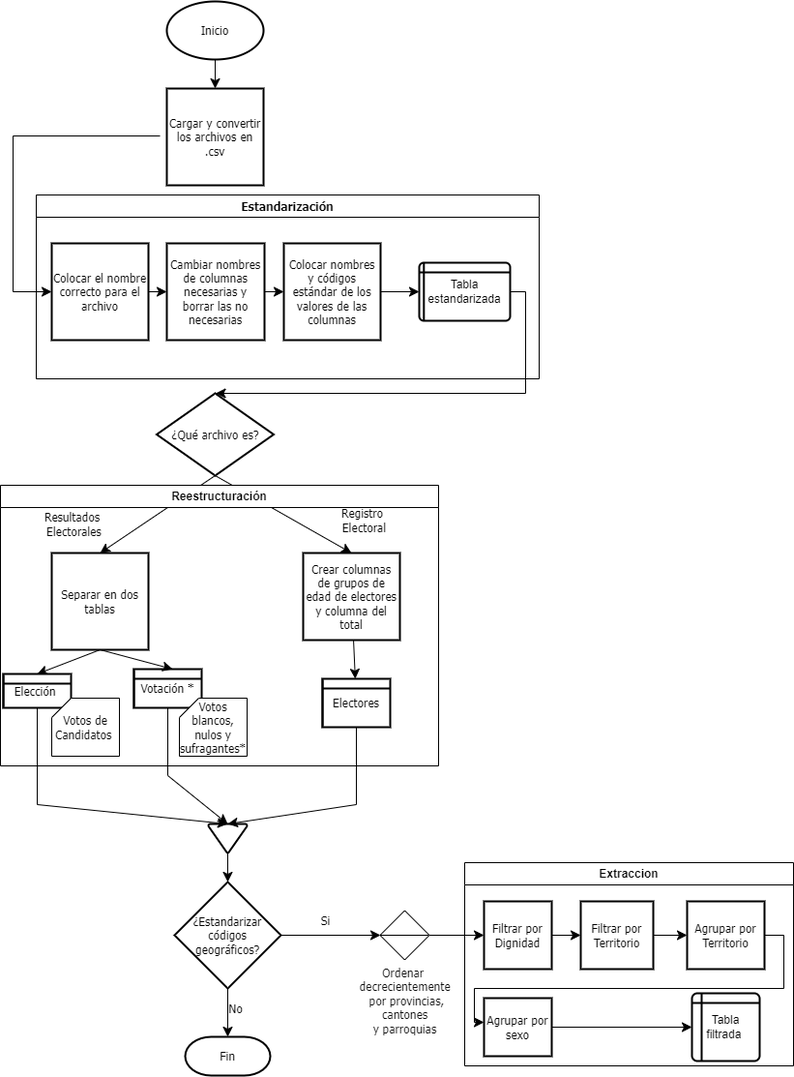
kris-aid/ELECU keeps this draw.io diagram as assests/Elecu-Flowchart.drawio.png. Above is the earlier version. Source tidied: cells renumbered, new cells last; positions are measured from the earlier drawing's top-left corner, leaving out a move shared by most shapes.
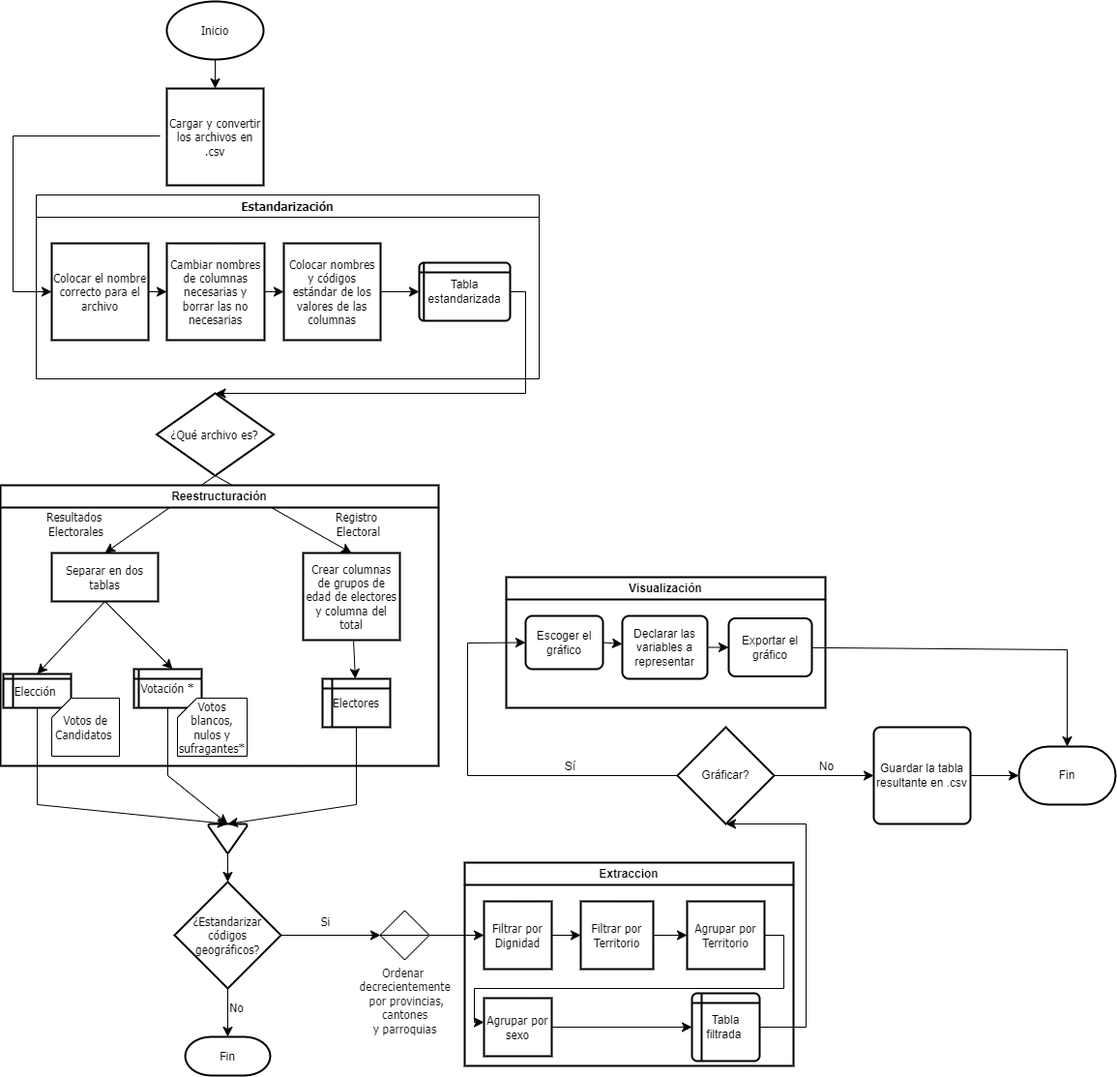
After the commit.

Change to the diagram source:
```diff
@@ -21,7 +21,7 @@
       <mxGeometry relative="1" as="geometry" />
     </mxCell>
     <mxCell id="8" value="Separar en dos tablas" style="rounded=0;whiteSpace=wrap;html=1;absoluteArcSize=1;arcSize=14;strokeWidth=2;labelBackgroundColor=none;fontFamily=Tahoma;fontSize=12;" parent="1" vertex="1">
-      <mxGeometry x="53" y="570" width="100" height="100" as="geometry" />
+      <mxGeometry x="53" y="570" width="110" height="50" as="geometry" />
     </mxCell>
     <mxCell id="9" style="edgeStyle=none;curved=1;rounded=0;jettySize=auto;html=1;fontSize=12;startSize=8;endSize=8;labelBackgroundColor=none;fontColor=default;fontFamily=Tahoma;" parent="1" edge="1" source="10" target="31">
       <mxGeometry relative="1" as="geometry" />
@@ -42,7 +42,7 @@
     </mxCell>
     <mxCell id="14" value="Registro&lt;div style=&quot;font-size: 12px;&quot;&gt;&amp;nbsp;Electoral&lt;/div&gt;" style="edgeLabel;html=1;align=center;verticalAlign=middle;fontSize=12;labelBackgroundColor=none;fontFamily=Tahoma;rounded=0;" parent="13" vertex="1">
       <mxGeometry x="0.06" y="2" relative="1" as="geometry">
-        <mxPoint x="75" y="5" as="offset" />
+        <mxPoint x="70" y="9" as="offset" />
       </mxGeometry>
     </mxCell>
     <mxCell id="15" value="¿Qué archivo es?" style="strokeWidth=2;html=1;shape=mxgraph.flowchart.decision;whiteSpace=wrap;labelBackgroundColor=none;fontFamily=Tahoma;fontSize=12;rounded=0;" parent="1" vertex="1">
@@ -57,7 +57,7 @@
         </Array>
       </mxGeometry>
     </mxCell>
-    <mxCell id="17" style="group;labelBackgroundColor=none;fontFamily=Tahoma;fontSize=12;rounded=0;" parent="1" vertex="1">
+    <mxCell id="17" style="group;labelBackgroundColor=none;fontFamily=Tahoma;fontSize=12;rounded=0;strokeWidth=2;" parent="1" vertex="1">
       <mxGeometry x="37" y="200" width="520" height="190" as="geometry" />
     </mxCell>
     <mxCell id="18" value="Cambiar nombres de columnas necesarias y borrar las no necesarias" style="rounded=0;whiteSpace=wrap;html=1;absoluteArcSize=1;arcSize=14;strokeWidth=2;labelBackgroundColor=none;fontFamily=Tahoma;fontSize=12;" parent="17" vertex="1">
@@ -84,10 +84,10 @@
     <mxCell id="25" style="edgeStyle=none;curved=1;rounded=0;jettySize=auto;html=1;exitX=1;exitY=0.5;exitDx=0;exitDy=0;entryX=0;entryY=0.5;entryDx=0;entryDy=0;fontSize=12;startSize=8;endSize=8;labelBackgroundColor=none;fontColor=default;fontFamily=Tahoma;" parent="17" edge="1" source="21" target="18">
       <mxGeometry relative="1" as="geometry" />
     </mxCell>
-    <mxCell id="26" value="Elección&amp;nbsp;" style="shape=internalStorage;whiteSpace=wrap;html=1;dx=0;dy=10;rounded=0;arcSize=11;strokeWidth=2;labelBackgroundColor=none;fontFamily=Tahoma;fontSize=12;" parent="1" vertex="1">
+    <mxCell id="26" value="Elección&amp;nbsp;" style="shape=internalStorage;whiteSpace=wrap;html=1;dx=10;dy=5;rounded=0;arcSize=11;strokeWidth=2;labelBackgroundColor=none;fontFamily=Tahoma;fontSize=12;" parent="1" vertex="1">
       <mxGeometry x="3" y="695" width="70" height="35" as="geometry" />
     </mxCell>
-    <mxCell id="27" value="Votación *" style="shape=internalStorage;whiteSpace=wrap;html=1;dx=0;dy=10;rounded=0;arcSize=11;strokeWidth=2;labelBackgroundColor=none;fontFamily=Tahoma;fontSize=12;" parent="1" vertex="1">
+    <mxCell id="27" value="Votación *" style="shape=internalStorage;whiteSpace=wrap;html=1;dx=5;dy=10;rounded=0;arcSize=11;strokeWidth=2;labelBackgroundColor=none;fontFamily=Tahoma;fontSize=12;" parent="1" vertex="1">
       <mxGeometry x="138" y="690" width="70" height="40" as="geometry" />
     </mxCell>
     <mxCell id="28" value="Votos de Candidatos&amp;nbsp;" style="shape=card;whiteSpace=wrap;html=1;size=20;labelBackgroundColor=none;fontFamily=Tahoma;fontSize=12;rounded=0;" parent="1" vertex="1">
@@ -97,9 +97,9 @@
       <mxGeometry relative="1" as="geometry" />
     </mxCell>
     <mxCell id="30" value="Votos blancos, nulos y sufragantes*" style="shape=card;whiteSpace=wrap;html=1;size=20;labelBackgroundColor=none;fontFamily=Tahoma;fontSize=12;rounded=0;" parent="1" vertex="1">
-      <mxGeometry x="185" y="720" width="70" height="60" as="geometry" />
+      <mxGeometry x="183" y="720" width="72" height="60" as="geometry" />
     </mxCell>
-    <mxCell id="31" value="Electores" style="shape=internalStorage;whiteSpace=wrap;html=1;dx=0;dy=10;rounded=0;arcSize=8;strokeWidth=2;labelBackgroundColor=none;fontFamily=Tahoma;fontSize=12;" parent="1" vertex="1">
+    <mxCell id="31" value="Electores" style="shape=internalStorage;whiteSpace=wrap;html=1;dx=10;dy=10;rounded=0;arcSize=8;strokeWidth=2;labelBackgroundColor=none;fontFamily=Tahoma;fontSize=12;" parent="1" vertex="1">
       <mxGeometry x="333" y="700" width="70" height="50" as="geometry" />
     </mxCell>
     <mxCell id="32" style="edgeStyle=none;curved=0;rounded=0;jettySize=auto;html=1;entryX=0.5;entryY=0;entryDx=0;entryDy=0;entryPerimeter=0;fontSize=12;fontColor=default;startSize=8;endSize=8;labelBackgroundColor=none;fontFamily=Tahoma;exitX=1;exitY=0.5;exitDx=0;exitDy=0;" parent="1" edge="1" source="23">
@@ -160,7 +160,7 @@
     <mxCell id="43" value="Fin" style="strokeWidth=2;html=1;shape=mxgraph.flowchart.terminator;whiteSpace=wrap;labelBackgroundColor=none;fontFamily=Tahoma;fontSize=12;rounded=0;" parent="1" vertex="1">
       <mxGeometry x="191" y="1070" width="88" height="40" as="geometry" />
     </mxCell>
-    <mxCell id="44" value="Extraccion" style="swimlane;whiteSpace=wrap;html=1;labelBackgroundColor=none;" parent="1" vertex="1">
+    <mxCell id="44" value="Extraccion" style="swimlane;whiteSpace=wrap;html=1;labelBackgroundColor=none;strokeWidth=2;" parent="1" vertex="1">
       <mxGeometry x="480" y="890" width="340" height="210" as="geometry" />
     </mxCell>
     <mxCell id="45" style="edgeStyle=none;curved=1;rounded=0;jettySize=auto;html=1;fontSize=12;startSize=8;endSize=8;" parent="44" edge="1" source="46" target="48">
@@ -198,8 +198,74 @@
     <mxCell id="53" value="Tabla filtrada&amp;nbsp;" style="shape=internalStorage;whiteSpace=wrap;html=1;dx=10;dy=10;rounded=1;arcSize=8;strokeWidth=2;" parent="44" vertex="1">
       <mxGeometry x="235" y="135" width="70" height="70" as="geometry" />
     </mxCell>
-    <mxCell id="54" value="Reestructuración" style="swimlane;whiteSpace=wrap;html=1;" parent="1" vertex="1">
+    <mxCell id="54" value="Reestructuración" style="swimlane;whiteSpace=wrap;html=1;strokeWidth=2;" parent="1" vertex="1">
       <mxGeometry y="500" width="453" height="290" as="geometry" />
     </mxCell>
+    <mxCell id="55" value="Visualización" style="swimlane;whiteSpace=wrap;html=1;strokeWidth=2;" parent="1" vertex="1">
+      <mxGeometry x="523" y="595" width="330" height="135" as="geometry" />
+    </mxCell>
+    <mxCell id="56" style="edgeStyle=none;curved=1;rounded=0;jettySize=auto;html=1;exitX=1;exitY=0.5;exitDx=0;exitDy=0;fontSize=12;startSize=8;endSize=8;" parent="55" edge="1" source="57" target="59">
+      <mxGeometry relative="1" as="geometry" />
+    </mxCell>
+    <mxCell id="57" value="Escoger el gráfico" style="rounded=1;whiteSpace=wrap;html=1;absoluteArcSize=1;arcSize=14;strokeWidth=2;" parent="55" vertex="1">
+      <mxGeometry x="20" y="40" width="80" height="55" as="geometry" />
+    </mxCell>
+    <mxCell id="58" style="edgeStyle=none;curved=1;rounded=0;jettySize=auto;html=1;fontSize=12;startSize=8;endSize=8;" parent="55" edge="1" source="59" target="60">
+      <mxGeometry relative="1" as="geometry" />
+    </mxCell>
+    <mxCell id="59" value="Declarar las variables a representar" style="rounded=1;whiteSpace=wrap;html=1;absoluteArcSize=1;arcSize=14;strokeWidth=2;" parent="55" vertex="1">
+      <mxGeometry x="120" y="40" width="88" height="65" as="geometry" />
+    </mxCell>
+    <mxCell id="60" value="Exportar el gráfico" style="rounded=1;whiteSpace=wrap;html=1;absoluteArcSize=1;arcSize=14;strokeWidth=2;" parent="55" vertex="1">
+      <mxGeometry x="230" y="42.5" width="86" height="60" as="geometry" />
+    </mxCell>
+    <mxCell id="61" style="edgeStyle=none;curved=0;rounded=0;jettySize=auto;html=1;entryX=0.5;entryY=1;entryDx=0;entryDy=0;entryPerimeter=0;fontSize=12;startSize=8;endSize=8;exitX=1;exitY=0.5;exitDx=0;exitDy=0;" parent="1" edge="1" source="53" target="66">
+      <mxGeometry relative="1" as="geometry">
+        <Array as="points">
+          <mxPoint x="833" y="1060" />
+          <mxPoint x="833" y="850" />
+        </Array>
+      </mxGeometry>
+    </mxCell>
+    <mxCell id="62" style="edgeStyle=none;curved=1;rounded=0;jettySize=auto;html=1;fontSize=12;startSize=8;endSize=8;" parent="1" edge="1" source="66" target="69">
+      <mxGeometry relative="1" as="geometry" />
+    </mxCell>
+    <mxCell id="63" value="No" style="edgeLabel;html=1;align=center;verticalAlign=middle;fontSize=12;" parent="62" vertex="1">
+      <mxGeometry x="0.16" relative="1" as="geometry">
+        <mxPoint x="-7" y="-10" as="offset" />
+      </mxGeometry>
+    </mxCell>
+    <mxCell id="64" style="edgeStyle=none;curved=0;rounded=0;jettySize=auto;html=1;exitX=0;exitY=0.5;exitDx=0;exitDy=0;exitPerimeter=0;entryX=0;entryY=0.5;entryDx=0;entryDy=0;fontSize=12;startSize=8;endSize=8;" parent="1" edge="1" source="66" target="57">
+      <mxGeometry relative="1" as="geometry">
+        <Array as="points">
+          <mxPoint x="483" y="800" />
+          <mxPoint x="483" y="663" />
+        </Array>
+      </mxGeometry>
+    </mxCell>
+    <mxCell id="65" value="Sí" style="edgeLabel;html=1;align=center;verticalAlign=middle;fontSize=12;" parent="64" vertex="1">
+      <mxGeometry x="-0.46" y="1" relative="1" as="geometry">
+        <mxPoint y="-11" as="offset" />
+      </mxGeometry>
+    </mxCell>
+    <mxCell id="66" value="Gráficar?" style="strokeWidth=2;html=1;shape=mxgraph.flowchart.decision;whiteSpace=wrap;" parent="1" vertex="1">
+      <mxGeometry x="700" y="750" width="100" height="100" as="geometry" />
+    </mxCell>
+    <mxCell id="67" value="Fin" style="strokeWidth=2;html=1;shape=mxgraph.flowchart.terminator;whiteSpace=wrap;" parent="1" vertex="1">
+      <mxGeometry x="1053" y="770" width="100" height="60" as="geometry" />
+    </mxCell>
+    <mxCell id="68" style="edgeStyle=none;curved=1;rounded=0;jettySize=auto;html=1;fontSize=12;startSize=8;endSize=8;" parent="1" edge="1" source="69" target="67">
+      <mxGeometry relative="1" as="geometry" />
+    </mxCell>
+    <mxCell id="69" value="Guardar la tabla resultante en .csv" style="rounded=1;whiteSpace=wrap;html=1;absoluteArcSize=1;arcSize=14;strokeWidth=2;" parent="1" vertex="1">
+      <mxGeometry x="903" y="750" width="100" height="100" as="geometry" />
+    </mxCell>
+    <mxCell id="70" style="edgeStyle=none;curved=0;rounded=0;jettySize=auto;html=1;entryX=0.5;entryY=0;entryDx=0;entryDy=0;entryPerimeter=0;fontSize=12;startSize=8;endSize=8;" parent="1" edge="1" source="60" target="67">
+      <mxGeometry relative="1" as="geometry">
+        <Array as="points">
+          <mxPoint x="1103" y="670" />
+        </Array>
+      </mxGeometry>
+    </mxCell>
   </root>
 </mxGraphModel>
```
